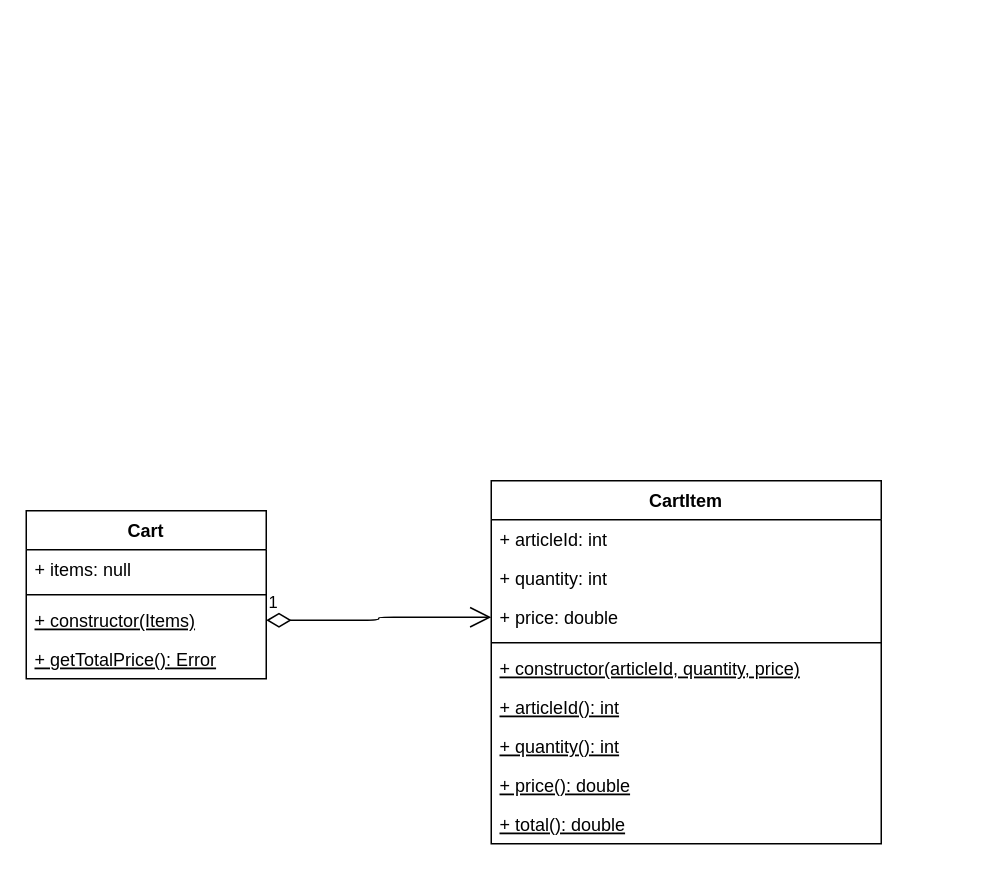
The draw.io diagram doc/classDiagram.drawio in TGACPNV/RIA1_TDD_TRAINING, before the edit. Source tidied: cells renumbered, new cells numbered last; positions are measured from the earlier drawing's top-left corner, leaving out a move shared by most shapes. Both pictures are drawn from the tidied source at 150%, with x=0, y=0 at pixel (26, 480).
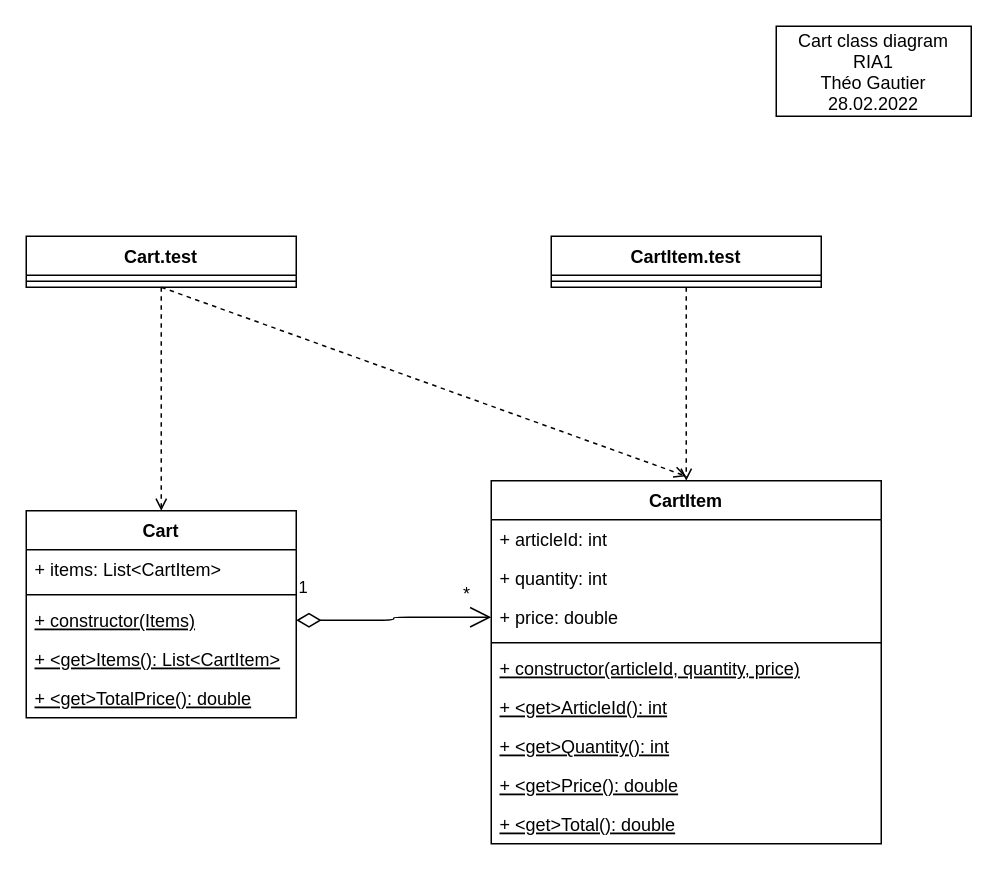
Above is the later version.

The change refers to these unchanged cells:
```xml
<mxCell id="7" value="CartItem" style="swimlane;fontStyle=1;align=center;verticalAlign=top;horizontal=1;startSize=26;" parent="1" vertex="1">
  <mxGeometry x="310" width="260" height="242" as="geometry" />
</mxCell>
<mxCell id="10" value="+ price: double" style="text;strokeColor=none;fillColor=none;align=left;verticalAlign=top;spacingLeft=4;spacingRight=4;overflow=hidden;points=[[0,0.5],[1,0.5]];portConstraint=eastwest;" parent="7" vertex="1">
  <mxGeometry y="78" width="260" height="26" as="geometry" />
</mxCell>
```

Diff of the diagram source:
```diff
@@
     <mxCell id="2" value="Cart" style="swimlane;fontStyle=1;align=center;verticalAlign=top;horizontal=1;startSize=26;" parent="1" vertex="1">
-      <mxGeometry y="20" width="160" height="112" as="geometry" />
+      <mxGeometry y="20" width="180" height="138" as="geometry" />
     </mxCell>
-    <mxCell id="3" value="+ items: null" style="text;strokeColor=none;fillColor=none;align=left;verticalAlign=top;spacingLeft=4;spacingRight=4;overflow=hidden;" parent="2" vertex="1">
-      <mxGeometry y="26" width="160" height="26" as="geometry" />
+    <mxCell id="3" value="+ items: List&lt;CartItem&gt;" style="text;strokeColor=none;fillColor=none;align=left;verticalAlign=top;spacingLeft=4;spacingRight=4;overflow=hidden;" parent="2" vertex="1">
+      <mxGeometry y="26" width="180" height="26" as="geometry" />
     </mxCell>
     <mxCell id="4" style="line;strokeWidth=1;fillColor=none;align=left;verticalAlign=middle;spacingTop=-1;spacingLeft=3;spacingRight=3;labelPosition=right;" parent="2" vertex="1">
-      <mxGeometry y="52" width="160" height="8" as="geometry" />
+      <mxGeometry y="52" width="180" height="8" as="geometry" />
     </mxCell>
     <mxCell id="5" value="+ constructor(Items)" style="text;strokeColor=none;fillColor=none;align=left;verticalAlign=top;spacingLeft=4;spacingRight=4;overflow=hidden;points=[[0,0.5],[1,0.5]];portConstraint=eastwest;fontStyle=4;" parent="2" vertex="1">
-      <mxGeometry y="60" width="160" height="26" as="geometry" />
+      <mxGeometry y="60" width="180" height="26" as="geometry" />
     </mxCell>
+    <mxCell id="18" value="+ &lt;get&gt;Items(): List&lt;CartItem&gt;" style="text;strokeColor=none;fillColor=none;align=left;verticalAlign=top;spacingLeft=4;spacingRight=4;overflow=hidden;fontStyle=4;" parent="2" vertex="1">
+      <mxGeometry y="86" width="180" height="26" as="geometry" />
+    </mxCell>
-    <mxCell id="6" value="+ getTotalPrice(): Error" style="text;strokeColor=none;fillColor=none;align=left;verticalAlign=top;spacingLeft=4;spacingRight=4;overflow=hidden;fontStyle=4;" parent="2" vertex="1">
-      <mxGeometry y="86" width="160" height="26" as="geometry" />
+    <mxCell id="6" value="+ &lt;get&gt;TotalPrice(): double" style="text;strokeColor=none;fillColor=none;align=left;verticalAlign=top;spacingLeft=4;spacingRight=4;overflow=hidden;fontStyle=4;" parent="2" vertex="1">
+      <mxGeometry y="112" width="180" height="26" as="geometry" />
     </mxCell>
@@
-    <mxCell id="13" value="+ articleId(): int" style="text;strokeColor=none;fillColor=none;align=left;verticalAlign=top;spacingLeft=4;spacingRight=4;overflow=hidden;fontStyle=4;" parent="7" vertex="1">
+    <mxCell id="13" value="+ &lt;get&gt;ArticleId(): int" style="text;strokeColor=none;fillColor=none;align=left;verticalAlign=top;spacingLeft=4;spacingRight=4;overflow=hidden;fontStyle=4;" parent="7" vertex="1">
       <mxGeometry y="138" width="260" height="26" as="geometry" />
     </mxCell>
-    <mxCell id="14" value="+ quantity(): int" style="text;strokeColor=none;fillColor=none;align=left;verticalAlign=top;spacingLeft=4;spacingRight=4;overflow=hidden;fontStyle=4;" parent="7" vertex="1">
+    <mxCell id="14" value="+ &lt;get&gt;Quantity(): int" style="text;strokeColor=none;fillColor=none;align=left;verticalAlign=top;spacingLeft=4;spacingRight=4;overflow=hidden;fontStyle=4;" parent="7" vertex="1">
       <mxGeometry y="164" width="260" height="26" as="geometry" />
     </mxCell>
-    <mxCell id="15" value="+ price(): double" style="text;strokeColor=none;fillColor=none;align=left;verticalAlign=top;spacingLeft=4;spacingRight=4;overflow=hidden;fontStyle=4;" parent="7" vertex="1">
+    <mxCell id="15" value="+ &lt;get&gt;Price(): double" style="text;strokeColor=none;fillColor=none;align=left;verticalAlign=top;spacingLeft=4;spacingRight=4;overflow=hidden;fontStyle=4;" parent="7" vertex="1">
       <mxGeometry y="190" width="260" height="26" as="geometry" />
     </mxCell>
-    <mxCell id="16" value="+ total(): double" style="text;strokeColor=none;fillColor=none;align=left;verticalAlign=top;spacingLeft=4;spacingRight=4;overflow=hidden;fontStyle=4;" parent="7" vertex="1">
+    <mxCell id="16" value="+ &lt;get&gt;Total(): double" style="text;strokeColor=none;fillColor=none;align=left;verticalAlign=top;spacingLeft=4;spacingRight=4;overflow=hidden;fontStyle=4;" parent="7" vertex="1">
       <mxGeometry y="216" width="260" height="26" as="geometry" />
     </mxCell>
     <mxCell id="17" value="1" style="endArrow=open;html=1;endSize=12;startArrow=diamondThin;startSize=14;startFill=0;edgeStyle=orthogonalEdgeStyle;align=left;verticalAlign=bottom;exitX=1;exitY=0.5;exitDx=0;exitDy=0;entryX=0;entryY=0.5;entryDx=0;entryDy=0;" parent="1" edge="1" source="5" target="10">
-      <mxGeometry x="-1" y="3" relative="1" as="geometry" />
+      <mxGeometry x="-1" y="13" relative="1" as="geometry" />
     </mxCell>
+    <mxCell id="19" value="*" style="text;html=1;strokeColor=none;fillColor=none;align=center;verticalAlign=middle;whiteSpace=wrap;rounded=0;" parent="1" vertex="1">
+      <mxGeometry x="274" y="66" width="40" height="20" as="geometry" />
+    </mxCell>
+    <mxCell id="20" value="Cart.test&#10;" style="swimlane;fontStyle=1;align=center;verticalAlign=top;horizontal=1;startSize=26;" parent="1" vertex="1">
+      <mxGeometry y="-163" width="180" height="34" as="geometry" />
+    </mxCell>
+    <mxCell id="21" style="line;strokeWidth=1;fillColor=none;align=left;verticalAlign=middle;spacingTop=-1;spacingLeft=3;spacingRight=3;labelPosition=right;" parent="20" vertex="1">
+      <mxGeometry y="26" width="180" height="8" as="geometry" />
+    </mxCell>
+    <mxCell id="22" value="CartItem.test&#10;" style="swimlane;fontStyle=1;align=center;verticalAlign=top;horizontal=1;startSize=26;" parent="1" vertex="1">
+      <mxGeometry x="350" y="-163" width="180" height="34" as="geometry" />
+    </mxCell>
+    <mxCell id="23" style="line;strokeWidth=1;fillColor=none;align=left;verticalAlign=middle;spacingTop=-1;spacingLeft=3;spacingRight=3;labelPosition=right;" parent="22" vertex="1">
+      <mxGeometry y="26" width="180" height="8" as="geometry" />
+    </mxCell>
+    <mxCell id="24" style="html=1;verticalAlign=bottom;labelBackgroundColor=none;endArrow=open;endFill=0;dashed=1;exitX=0.5;exitY=1;exitDx=0;exitDy=0;entryX=0.5;entryY=0;entryDx=0;entryDy=0;" parent="1" edge="1" source="20" target="2">
+      <mxGeometry relative="1" as="geometry" />
+    </mxCell>
+    <mxCell id="25" style="html=1;verticalAlign=bottom;labelBackgroundColor=none;endArrow=open;endFill=0;dashed=1;exitX=0.5;exitY=1;exitDx=0;exitDy=0;" parent="1" edge="1" source="20">
+      <mxGeometry relative="1" as="geometry">
+        <mxPoint x="440" y="-3" as="targetPoint" />
+      </mxGeometry>
+    </mxCell>
+    <mxCell id="26" style="html=1;verticalAlign=bottom;labelBackgroundColor=none;endArrow=open;endFill=0;dashed=1;entryX=0.5;entryY=0;entryDx=0;entryDy=0;exitX=0.5;exitY=1;exitDx=0;exitDy=0;" parent="1" edge="1" source="22" target="7">
+      <mxGeometry relative="1" as="geometry" />
+    </mxCell>
+    <mxCell id="27" value="Cart class diagram&#10;RIA1&#10;Théo Gautier&#10;28.02.2022" style="fontStyle=0;" parent="1" vertex="1">
+      <mxGeometry x="500" y="-303" width="130" height="60" as="geometry" />
+    </mxCell>
```
